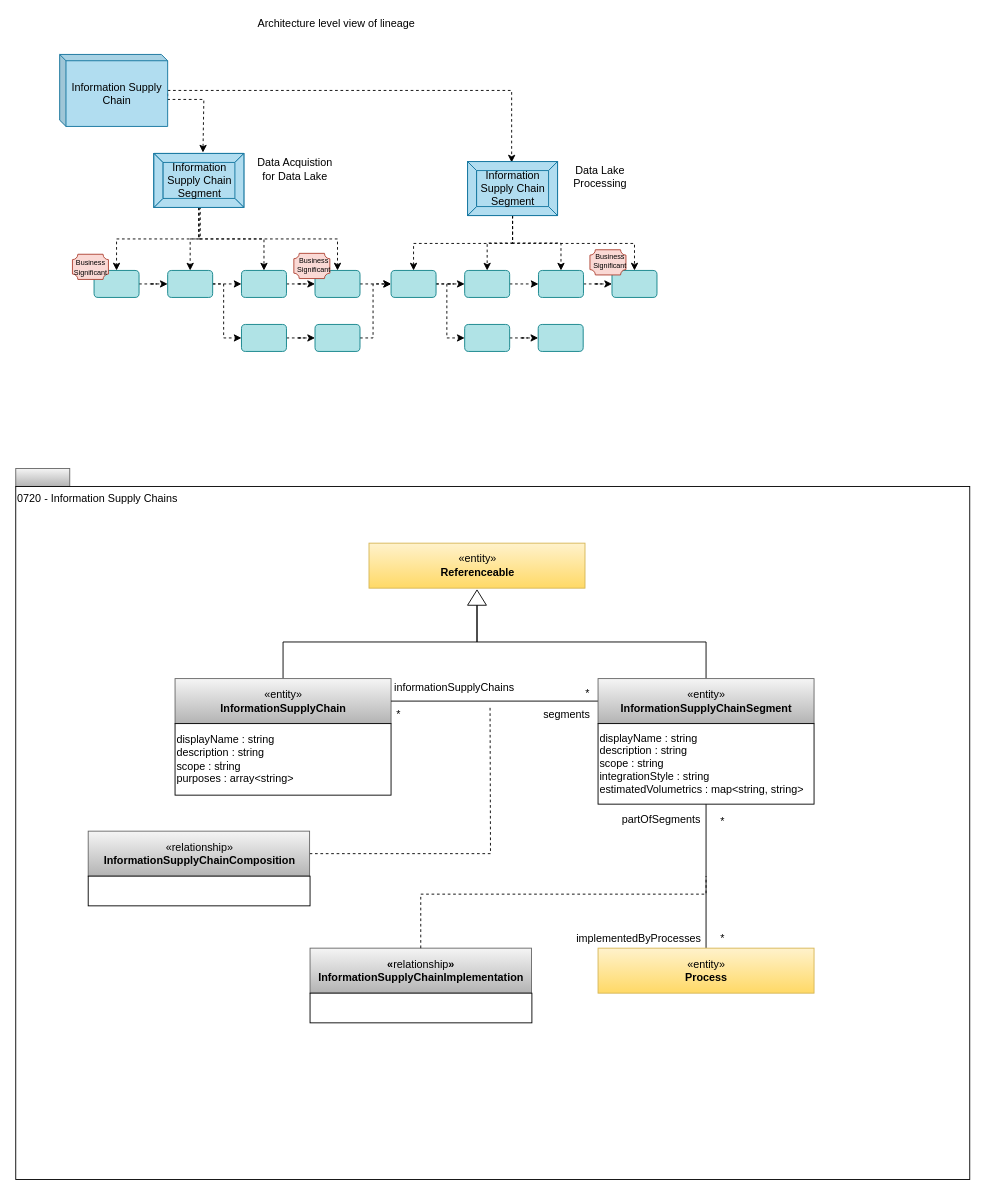
Earlier version of the draw.io diagram page "information-supply-chains" (8 of 13) of site/docs/features/lineage-management/lineage.drawio (odpi/egeria-docs). Source tidied: cells renumbered, new cells numbered last; positions are measured from the earlier drawing's top-left corner, leaving out a move shared by most shapes. Both pictures are drawn from the tidied source at 90%, with x=0, y=0 at pixel (15, 15).
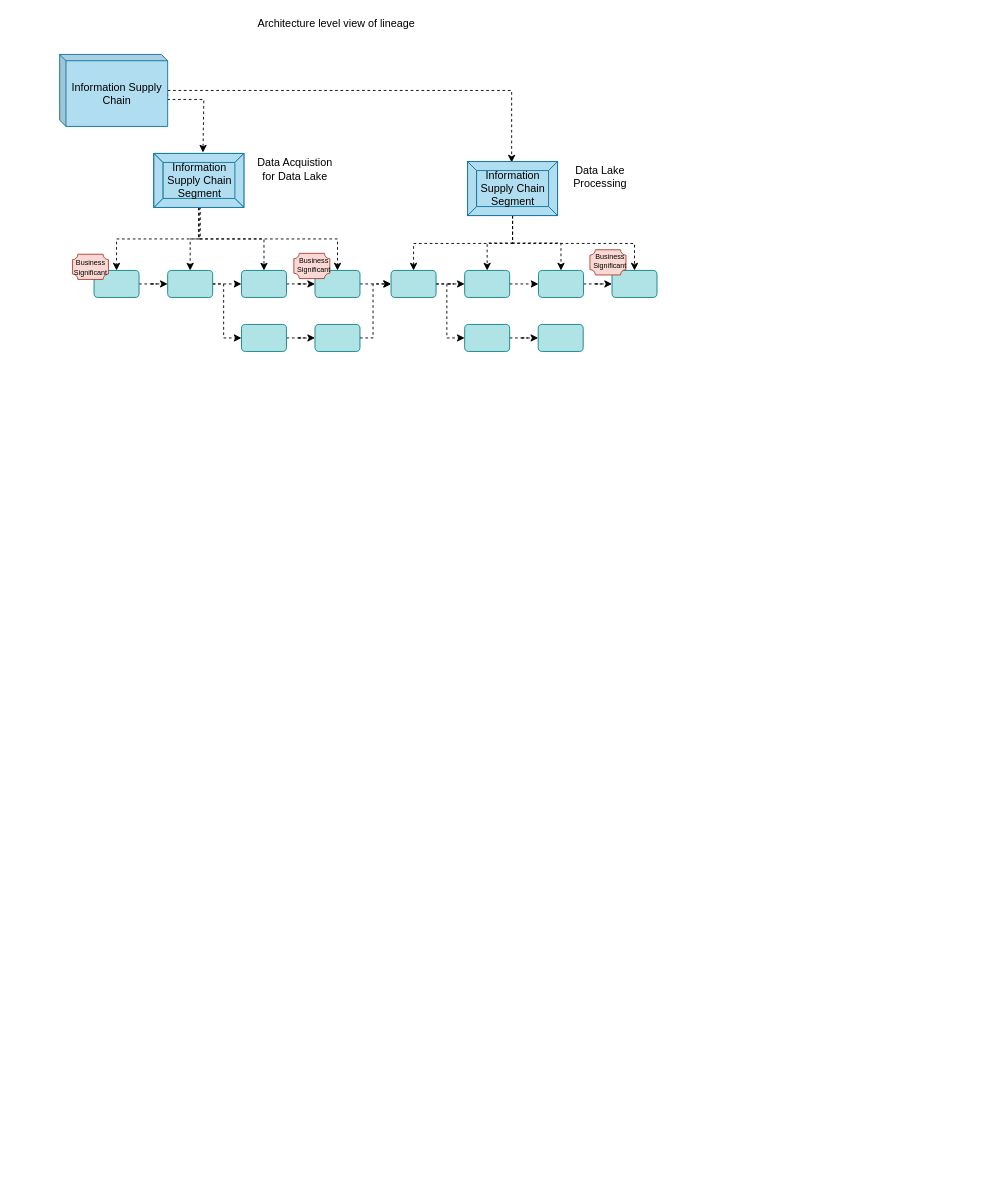
After the change.

Commit message (it also covers changes not shown here):
Update solution component type UML diagram

The edit, as a diff of the source:
```diff
@@
-    <mxCell id="2" style="rounded=0;whiteSpace=wrap;html=1;align=left;fillColor=#f5f5f5;strokeColor=#666666;gradientColor=#b3b3b3;" parent="1" vertex="1">
-      <mxGeometry y="503" width="60" height="20" as="geometry" />
-    </mxCell>
-    <mxCell id="3" value="0720 - Information Supply Chains" style="rounded=0;whiteSpace=wrap;html=1;align=left;verticalAlign=top;" parent="1" vertex="1">
-      <mxGeometry y="523" width="1060" height="770" as="geometry" />
-    </mxCell>
-    <mxCell id="4" value="«entity»&lt;br&gt;&lt;b&gt;Referenceable&lt;/b&gt;" style="html=1;strokeColor=#d6b656;align=center;fillColor=#fff2cc;gradientColor=#ffd966;" parent="1" vertex="1">
-      <mxGeometry x="392.5" y="586" width="240" height="50" as="geometry" />
-    </mxCell>
-    <mxCell id="5" style="edgeStyle=orthogonalEdgeStyle;rounded=0;html=1;exitX=1;exitY=0.5;dashed=1;endArrow=none;endFill=0;jettySize=auto;" parent="1" edge="1" source="6">
-      <mxGeometry relative="1" as="geometry">
-        <mxPoint x="527" y="766" as="targetPoint" />
-      </mxGeometry>
-    </mxCell>
-    <mxCell id="6" value="«relationship»&lt;br&gt;&lt;b&gt;InformationSupplyChainComposition&lt;/b&gt;" style="html=1;strokeColor=#666666;align=center;fillColor=#f5f5f5;gradientColor=#b3b3b3;" parent="1" vertex="1">
-      <mxGeometry x="80.5" y="906" width="246" height="50" as="geometry" />
-    </mxCell>
-    <mxCell id="7" style="rounded=0;whiteSpace=wrap;html=1;strokeColor=#000000;gradientColor=#ffffff;align=left;" parent="1" vertex="1">
-      <mxGeometry x="80.5" y="956" width="246.5" height="33" as="geometry" />
-    </mxCell>
-    <mxCell id="8" style="edgeStyle=orthogonalEdgeStyle;rounded=0;html=1;exitX=0;exitY=0.5;entryX=0.5;entryY=0;jettySize=auto;endArrow=none;endFill=0;" parent="1" edge="1" source="9" target="10">
-      <mxGeometry relative="1" as="geometry" />
-    </mxCell>
-    <mxCell id="9" style="triangle;whiteSpace=wrap;html=1;strokeColor=#000000;gradientColor=#ffffff;align=center;rotation=-90;" parent="1" vertex="1">
-      <mxGeometry x="504" y="636" width="17" height="21" as="geometry" />
-    </mxCell>
-    <mxCell id="10" value="«entity»&lt;br&gt;&lt;b&gt;InformationSupplyChain&lt;/b&gt;" style="html=1;strokeColor=#666666;align=center;fillColor=#f5f5f5;gradientColor=#b3b3b3;" parent="1" vertex="1">
-      <mxGeometry x="177" y="736.5" width="240" height="50" as="geometry" />
-    </mxCell>
-    <mxCell id="11" style="edgeStyle=orthogonalEdgeStyle;rounded=0;html=1;exitX=0;exitY=0.5;entryX=1;entryY=0.5;endArrow=none;endFill=0;jettySize=auto;entryDx=0;entryDy=0;exitDx=0;exitDy=0;" parent="1" edge="1" source="18" target="10">
-      <mxGeometry relative="1" as="geometry" />
-    </mxCell>
-    <mxCell id="12" value="displayName : string&lt;br&gt;description : string&lt;br&gt;scope : string&lt;br&gt;purposes : array&amp;lt;string&amp;gt;&lt;br&gt;&lt;div style=&quot;text-align: left&quot;&gt;&lt;/div&gt;" style="rounded=0;whiteSpace=wrap;html=1;strokeColor=#000000;gradientColor=#ffffff;align=left;" parent="1" vertex="1">
-      <mxGeometry x="177" y="786.5" width="240" height="79.5" as="geometry" />
-    </mxCell>
-    <mxCell id="13" value="informationSupplyChains" style="text;html=1;align=center;verticalAlign=top;spacingTop=-4;" parent="1" vertex="1">
-      <mxGeometry x="412" y="736.5" width="150" height="20" as="geometry" />
-    </mxCell>
-    <mxCell id="14" value="*" style="text;html=1;align=center;verticalAlign=top;spacingTop=-4;" parent="1" vertex="1">
-      <mxGeometry x="417" y="766.5" width="15" height="14" as="geometry" />
-    </mxCell>
-    <mxCell id="15" value="*" style="text;html=1;align=center;verticalAlign=top;spacingTop=-4;" parent="1" vertex="1">
-      <mxGeometry x="627" y="742.5" width="15" height="14" as="geometry" />
-    </mxCell>
-    <mxCell id="16" value="segments" style="text;html=1;align=center;verticalAlign=top;spacingTop=-4;" parent="1" vertex="1">
-      <mxGeometry x="577" y="766.5" width="70" height="20" as="geometry" />
-    </mxCell>
-    <mxCell id="17" style="edgeStyle=orthogonalEdgeStyle;rounded=0;jettySize=auto;html=1;exitX=0.5;exitY=0;exitDx=0;exitDy=0;entryX=0;entryY=0.5;entryDx=0;entryDy=0;endArrow=none;endFill=0;" parent="1" edge="1" source="18" target="9">
-      <mxGeometry relative="1" as="geometry" />
-    </mxCell>
-    <mxCell id="18" value="«entity»&lt;br&gt;&lt;b&gt;InformationSupplyChainSegment&lt;/b&gt;" style="html=1;strokeColor=#666666;align=center;fillColor=#f5f5f5;gradientColor=#b3b3b3;" parent="1" vertex="1">
-      <mxGeometry x="647" y="736.5" width="240" height="50" as="geometry" />
-    </mxCell>
-    <mxCell id="19" style="edgeStyle=orthogonalEdgeStyle;rounded=0;jettySize=auto;html=1;exitX=0.5;exitY=1;exitDx=0;exitDy=0;entryX=0.5;entryY=0;entryDx=0;entryDy=0;endArrow=none;endFill=0;" parent="1" edge="1" source="20" target="21">
-      <mxGeometry relative="1" as="geometry" />
-    </mxCell>
-    <mxCell id="20" value="displayName : string&lt;br&gt;description : string&lt;br&gt;scope : string&lt;br&gt;integrationStyle : string&lt;br&gt;estimatedVolumetrics : map&amp;lt;string, string&amp;gt;&lt;br&gt;&lt;div style=&quot;text-align: left&quot;&gt;&lt;/div&gt;" style="rounded=0;whiteSpace=wrap;html=1;strokeColor=#000000;gradientColor=#ffffff;align=left;" parent="1" vertex="1">
-      <mxGeometry x="647" y="786.5" width="240" height="89.5" as="geometry" />
-    </mxCell>
-    <mxCell id="21" value="«entity»&lt;br&gt;&lt;b&gt;Process&lt;/b&gt;" style="html=1;strokeColor=#d6b656;align=center;fillColor=#fff2cc;gradientColor=#ffd966;" parent="1" vertex="1">
-      <mxGeometry x="647" y="1036" width="240" height="50" as="geometry" />
-    </mxCell>
-    <mxCell id="22" value="«&lt;span style=&quot;font-weight: normal&quot;&gt;relationship&lt;/span&gt;»&lt;br&gt;&lt;span&gt;InformationSupplyChainImplementation&lt;/span&gt;" style="html=1;strokeColor=#666666;align=center;fillColor=#f5f5f5;gradientColor=#b3b3b3;fontStyle=1;" parent="1" vertex="1">
-      <mxGeometry x="327" y="1036" width="246" height="50" as="geometry" />
-    </mxCell>
-    <mxCell id="23" style="rounded=0;whiteSpace=wrap;html=1;strokeColor=#000000;gradientColor=#ffffff;align=left;fontStyle=1;" parent="1" vertex="1">
-      <mxGeometry x="327" y="1086" width="246.5" height="33" as="geometry" />
-    </mxCell>
-    <mxCell id="24" style="edgeStyle=orthogonalEdgeStyle;rounded=0;html=1;exitX=0.5;exitY=0;dashed=1;endArrow=none;endFill=0;jettySize=auto;exitDx=0;exitDy=0;" parent="1" edge="1" source="22">
-      <mxGeometry relative="1" as="geometry">
-        <mxPoint x="767" y="956" as="targetPoint" />
-        <Array as="points">
-          <mxPoint x="450" y="976" />
-          <mxPoint x="767" y="976" />
-        </Array>
-      </mxGeometry>
-    </mxCell>
-    <mxCell id="25" value="*" style="text;html=1;align=center;verticalAlign=top;spacingTop=-4;" parent="1" vertex="1">
-      <mxGeometry x="777" y="1016" width="15" height="14" as="geometry" />
-    </mxCell>
-    <mxCell id="26" value="*" style="text;html=1;align=center;verticalAlign=top;spacingTop=-4;" parent="1" vertex="1">
-      <mxGeometry x="777" y="886" width="15" height="14" as="geometry" />
-    </mxCell>
-    <mxCell id="27" value="partOfSegments" style="text;html=1;align=center;verticalAlign=top;spacingTop=-4;" parent="1" vertex="1">
-      <mxGeometry x="667" y="883" width="100" height="20" as="geometry" />
-    </mxCell>
-    <mxCell id="28" value="implementedByProcesses" style="text;html=1;align=center;verticalAlign=top;spacingTop=-4;" parent="1" vertex="1">
-      <mxGeometry x="617" y="1016" width="150" height="20" as="geometry" />
-    </mxCell>
```
